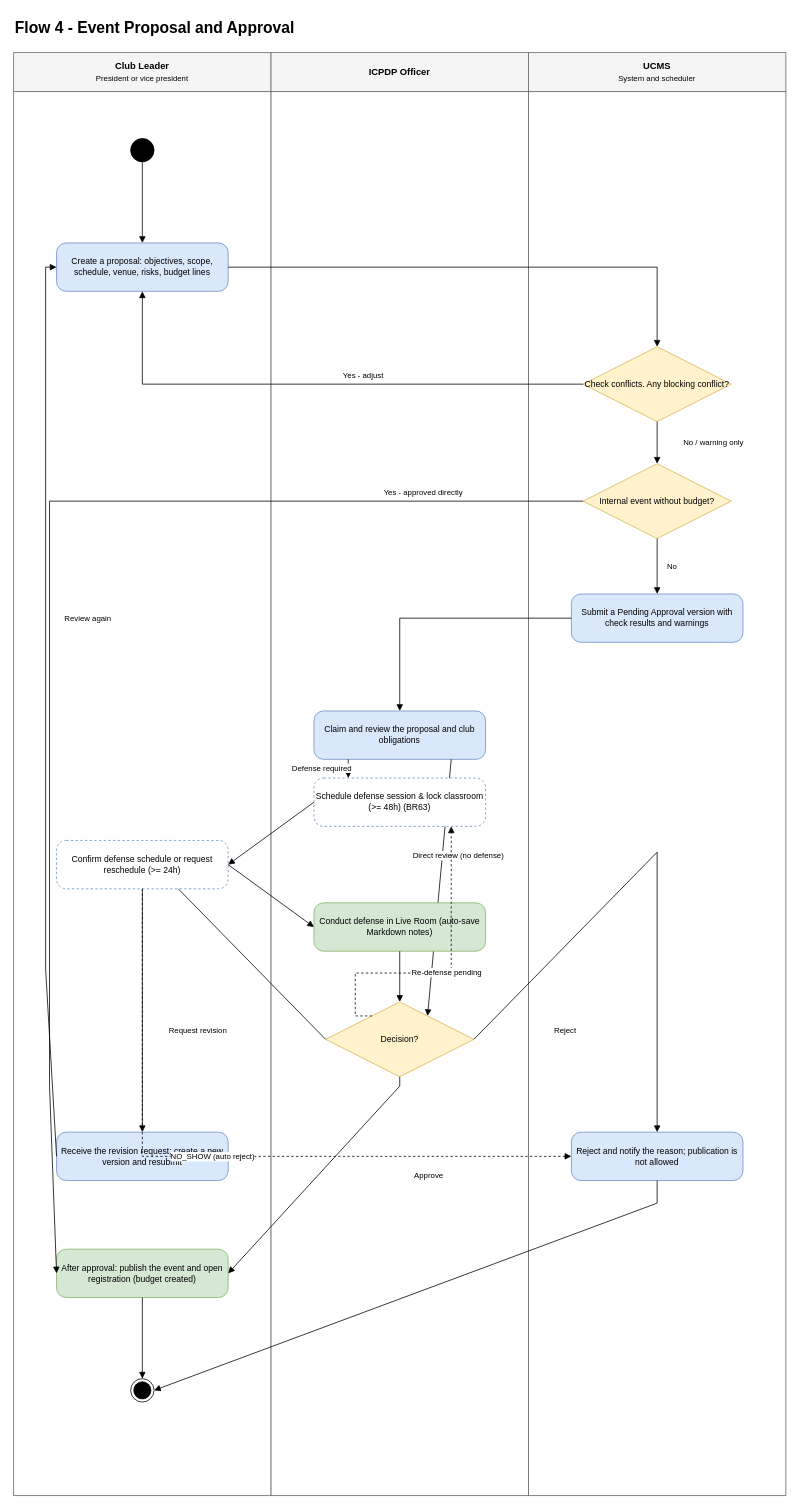
Above: page "04 Event Proposal" (4 of 14) of docs/03-diagrams/UCMS_Swimlane_Flows.drawio in nvdekay/ClubManagementSystem (draw.io), before the change. Source tidied: cells renumbered, new cells numbered last; positions are measured from the earlier drawing's top-left corner, leaving out a move shared by most shapes. Both pictures are drawn from the tidied source at 78%, with x=0, y=0 at pixel (13, 13).
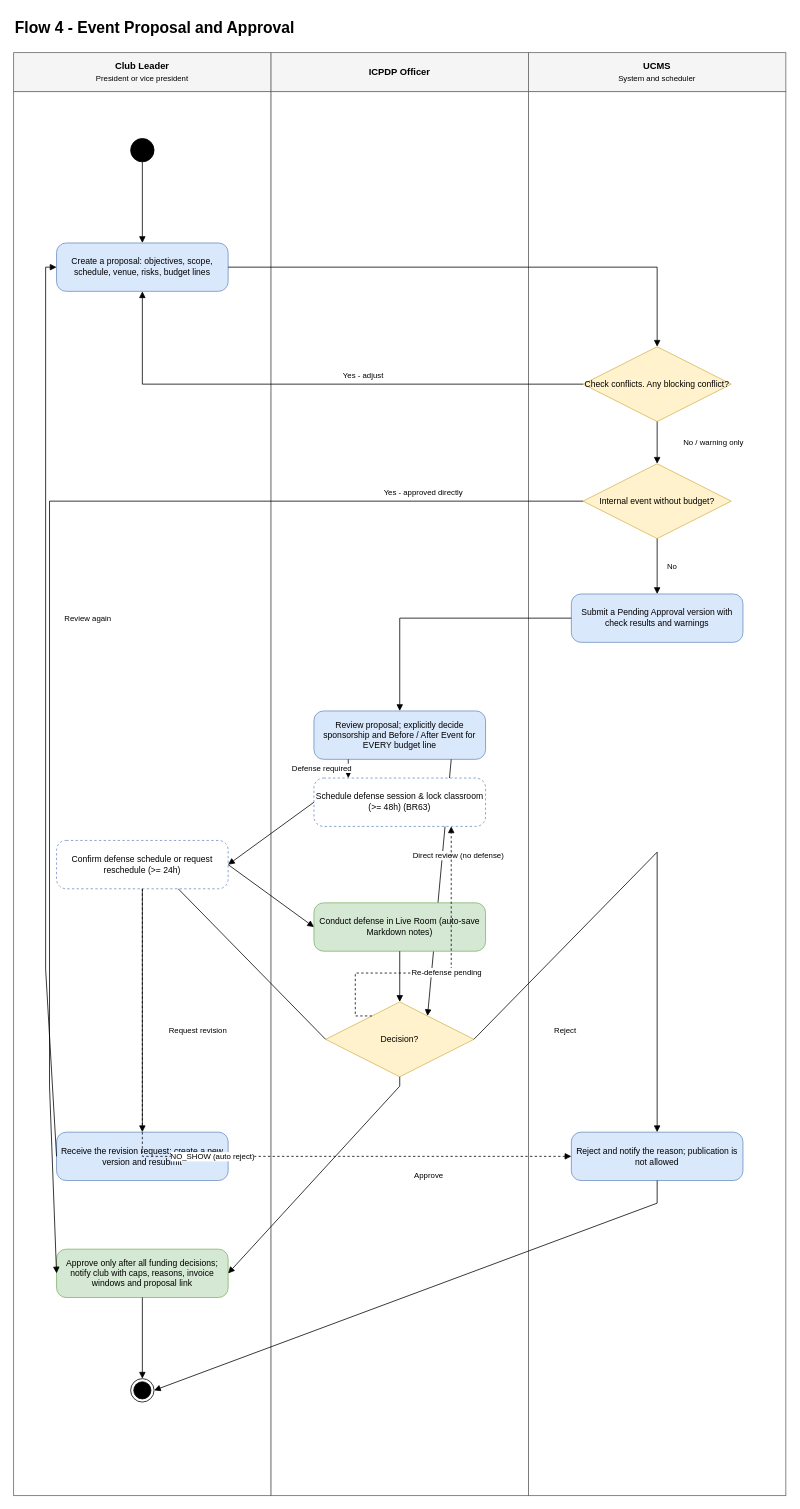
The same page after the edit.

Change to the diagram source:
```diff
@@
-    <mxCell id="14" value="Claim and review the proposal and club obligations" style="rounded=1;arcSize=20;whiteSpace=wrap;html=1;fillColor=#dae8fc;strokeColor=#6c8ebf;fontSize=11;" parent="1" vertex="1">
+    <mxCell id="14" value="Review proposal; explicitly decide sponsorship and Before / After Event for EVERY budget line" style="rounded=1;arcSize=20;whiteSpace=wrap;html=1;fillColor=#dae8fc;strokeColor=#6c8ebf;fontSize=11;" parent="1" vertex="1">
       <mxGeometry x="385" y="894" width="220" height="62" as="geometry" />
     </mxCell>
@@
-    <mxCell id="18" value="After approval: publish the event and open registration (budget created)" style="rounded=1;arcSize=20;whiteSpace=wrap;html=1;fillColor=#d5e8d4;strokeColor=#82b366;fontSize=11;" parent="1" vertex="1">
+    <mxCell id="18" value="Approve only after all funding decisions; notify club with caps, reasons, invoice windows and proposal link" style="rounded=1;arcSize=20;whiteSpace=wrap;html=1;fillColor=#d5e8d4;strokeColor=#82b366;fontSize=11;" parent="1" vertex="1">
       <mxGeometry x="55" y="1584" width="220" height="62" as="geometry" />
     </mxCell>
```
